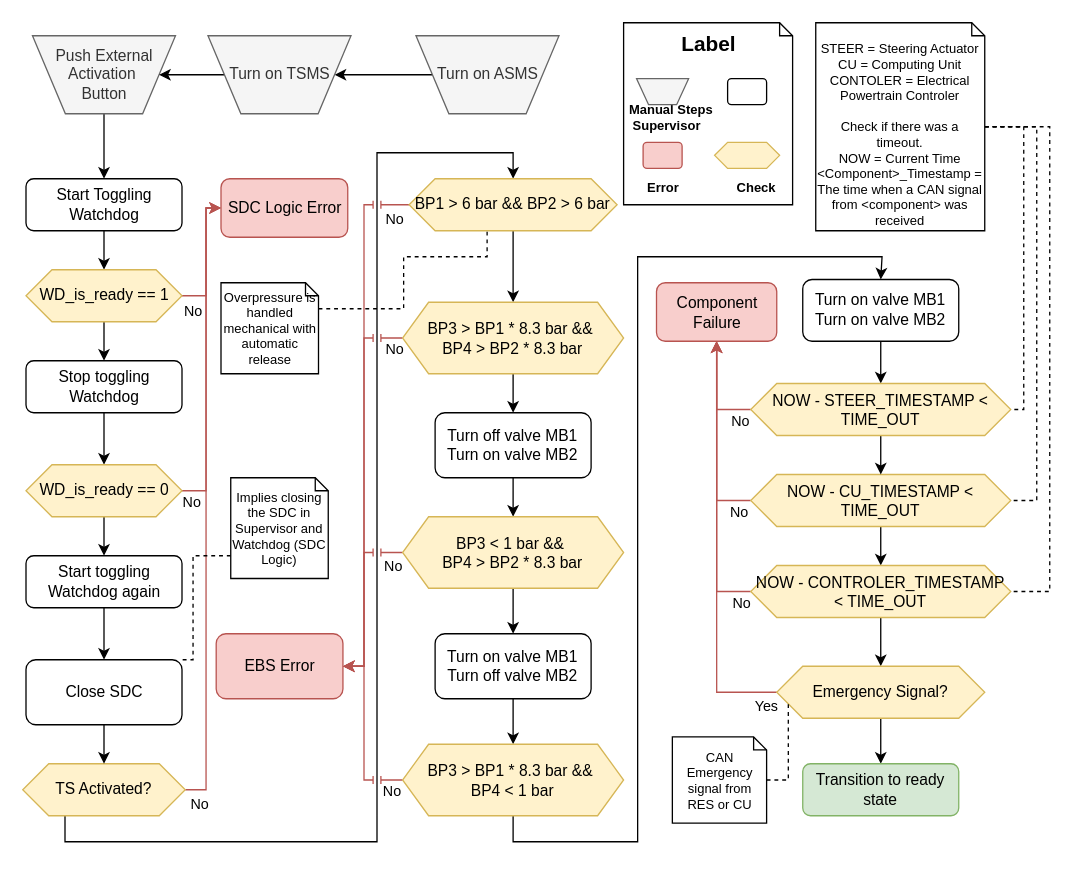
The draw.io diagram docs/diagrams/Master/ASF/Initial Checkup Sequence.drawio in fs-feup/el-sw, before the edit. Source tidied: cells renumbered, new cells numbered last; positions are measured from the earlier drawing's top-left corner, leaving out a move shared by most shapes. Both pictures are drawn from the tidied source at 130%, with x=0, y=0 at pixel (22, -147).
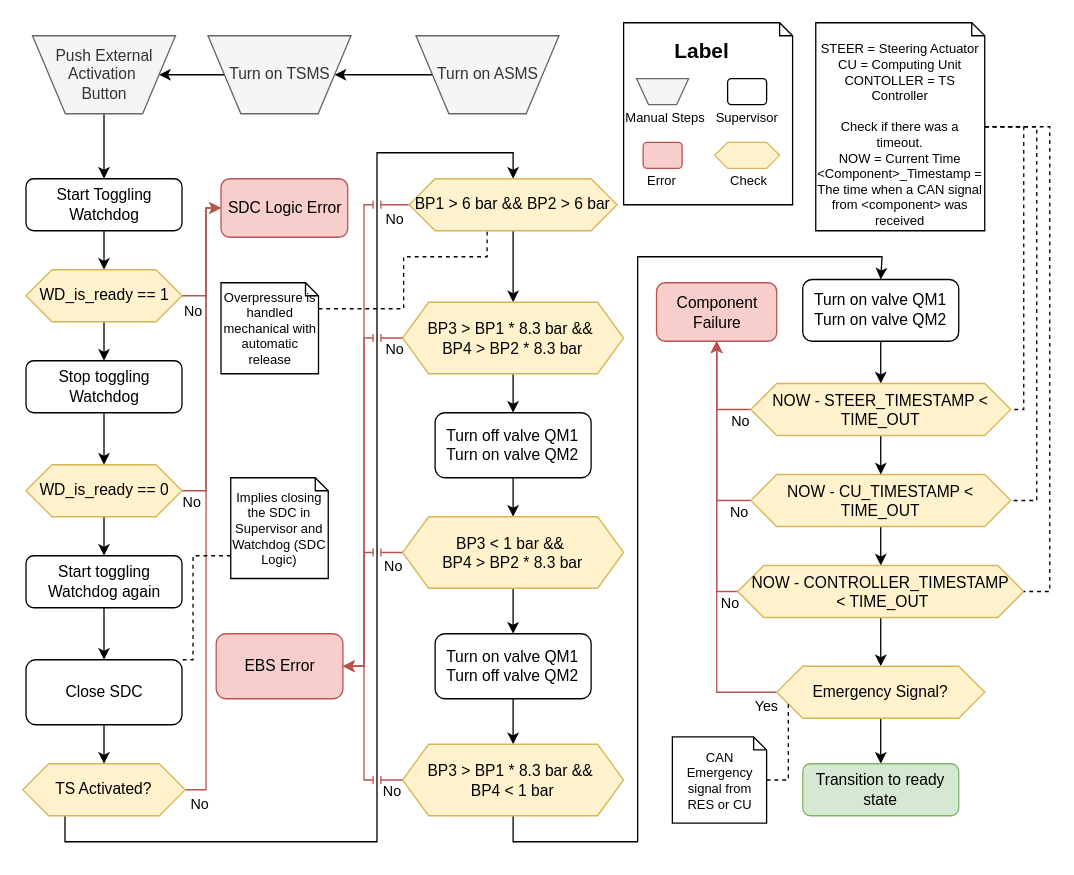
The same diagram, later.

Commit message (it also covers changes not shown here):
fix: applied fixes to diagrams according to notion comments

Diff of the diagram source:
```diff
@@
-    <mxCell id="5" value="&lt;div style=&quot;text-align: center;&quot;&gt;&lt;b&gt;&lt;font style=&quot;font-size: 16px;&quot;&gt;Label&lt;/font&gt;&lt;/b&gt;&lt;/div&gt;&lt;b&gt;&lt;div&gt;&lt;b&gt;&lt;br&gt;&lt;/b&gt;&lt;/div&gt;&lt;div&gt;&lt;b&gt;&lt;br&gt;&lt;/b&gt;&lt;/div&gt;&lt;div&gt;&lt;br&gt;&lt;/div&gt;&amp;nbsp;Manual Steps&lt;/b&gt;&amp;nbsp; &amp;nbsp;&amp;nbsp;&lt;b&gt;Supervisor&lt;/b&gt;&lt;div&gt;&lt;br&gt;&lt;/div&gt;&lt;div&gt;&lt;br&gt;&lt;/div&gt;&lt;div&gt;&lt;br&gt;&lt;/div&gt;&lt;div&gt;&amp;nbsp; &amp;nbsp; &amp;nbsp; &lt;b&gt;Error&lt;/b&gt;&amp;nbsp; &amp;nbsp; &amp;nbsp; &amp;nbsp; &amp;nbsp; &amp;nbsp; &amp;nbsp; &amp;nbsp;&amp;nbsp;&lt;b&gt;Check&lt;/b&gt;&lt;/div&gt;" style="shape=note;size=10;whiteSpace=wrap;html=1;fontSize=10;align=left;" parent="1" vertex="1">
+    <mxCell id="5" value="&lt;div style=&quot;text-align: center;&quot;&gt;&lt;b&gt;&lt;font style=&quot;font-size: 16px;&quot;&gt;Label&lt;/font&gt;&lt;/b&gt;&lt;/div&gt;&lt;b&gt;&lt;div&gt;&lt;b&gt;&lt;br&gt;&lt;/b&gt;&lt;/div&gt;&lt;div&gt;&lt;b&gt;&lt;br&gt;&lt;/b&gt;&lt;/div&gt;&lt;div&gt;&lt;br&gt;&lt;/div&gt;&lt;/b&gt;Manual Steps&amp;nbsp; &amp;nbsp;Supervisor&lt;div&gt;&lt;br&gt;&lt;/div&gt;&lt;div&gt;&lt;br&gt;&lt;/div&gt;&lt;div&gt;&lt;br&gt;&lt;/div&gt;&lt;div&gt;&amp;nbsp; &amp;nbsp; &amp;nbsp; Error&amp;nbsp; &amp;nbsp; &amp;nbsp; &amp;nbsp; &amp;nbsp; &amp;nbsp; &amp;nbsp; &amp;nbsp;Check&lt;/div&gt;" style="shape=note;size=10;whiteSpace=wrap;html=1;fontSize=10;align=left;" parent="1" vertex="1">
       <mxGeometry x="462.2" y="130" width="130" height="140" as="geometry" />
     </mxCell>
@@
-    <mxCell id="45" value="Turn off valve MB1&lt;div&gt;Turn on valve MB2&lt;/div&gt;" style="rounded=1;whiteSpace=wrap;html=1;" parent="1" vertex="1">
+    <mxCell id="45" value="Turn off valve QM1&lt;div&gt;Turn on valve QM2&lt;/div&gt;" style="rounded=1;whiteSpace=wrap;html=1;" parent="1" vertex="1">
       <mxGeometry x="317.2" y="430" width="120" height="50" as="geometry" />
     </mxCell>
@@
-    <mxCell id="47" value="Turn on valve MB1&lt;div&gt;Turn off valve MB2&lt;/div&gt;" style="rounded=1;whiteSpace=wrap;html=1;" parent="1" vertex="1">
+    <mxCell id="47" value="Turn on valve QM1&lt;div&gt;Turn off valve QM2&lt;/div&gt;" style="rounded=1;whiteSpace=wrap;html=1;" parent="1" vertex="1">
       <mxGeometry x="317.2" y="600" width="120" height="50" as="geometry" />
     </mxCell>
@@
-    <mxCell id="49" value="Turn on valve MB1&lt;div&gt;Turn on valve MB2&lt;/div&gt;" style="rounded=1;whiteSpace=wrap;html=1;" parent="1" vertex="1">
+    <mxCell id="49" value="Turn on valve QM1&lt;div&gt;Turn on valve QM2&lt;/div&gt;" style="rounded=1;whiteSpace=wrap;html=1;" parent="1" vertex="1">
       <mxGeometry x="600" y="327.5" width="120" height="47.5" as="geometry" />
     </mxCell>
@@
-    <mxCell id="65" value="NOW - CONTROLER_TIMESTAMP &amp;lt; TIME_OUT" style="shape=hexagon;perimeter=hexagonPerimeter2;whiteSpace=wrap;html=1;fixedSize=1;fillColor=#fff2cc;strokeColor=#d6b656;" parent="1" vertex="1">
-      <mxGeometry x="560" y="547.5" width="200" height="40" as="geometry" />
+    <mxCell id="65" value="NOW - CONTROLLER_TIMESTAMP&lt;div&gt;&amp;nbsp;&amp;lt; TIME_OUT&lt;/div&gt;" style="shape=hexagon;perimeter=hexagonPerimeter2;whiteSpace=wrap;html=1;fixedSize=1;fillColor=#fff2cc;strokeColor=#d6b656;" parent="1" vertex="1">
+      <mxGeometry x="550" y="547.5" width="220" height="40" as="geometry" />
     </mxCell>
@@
-    <mxCell id="81" value="&lt;div&gt;&lt;br&gt;&lt;/div&gt;&lt;div&gt;&lt;div&gt;&lt;div&gt;&lt;span style=&quot;background-color: initial;&quot;&gt;STEER = Steering Actuator&lt;/span&gt;&lt;/div&gt;&lt;div&gt;CU = Computing Unit&lt;/div&gt;&lt;div&gt;CONTOLER = Electrical Powertrain Controler&lt;/div&gt;&lt;div&gt;&lt;br&gt;&lt;/div&gt;&lt;/div&gt;&lt;div&gt;Check if there was a timeout.&lt;br&gt;&lt;/div&gt;&lt;div&gt;NOW = Current Time&lt;/div&gt;&lt;div&gt;&amp;lt;Component&amp;gt;_Timestamp = The time when a CAN signal from &amp;lt;component&amp;gt; was received&lt;/div&gt;&lt;/div&gt;" style="shape=note;size=10;whiteSpace=wrap;html=1;fontSize=10;" parent="1" vertex="1">
+    <mxCell id="81" value="&lt;div&gt;&lt;br&gt;&lt;/div&gt;&lt;div&gt;&lt;div&gt;&lt;div&gt;&lt;span style=&quot;background-color: initial;&quot;&gt;STEER = Steering Actuator&lt;/span&gt;&lt;/div&gt;&lt;div&gt;CU = Computing Unit&lt;/div&gt;&lt;div&gt;CONTOLLER = TS Controller&lt;/div&gt;&lt;div&gt;&lt;br&gt;&lt;/div&gt;&lt;/div&gt;&lt;div&gt;Check if there was a timeout.&lt;br&gt;&lt;/div&gt;&lt;div&gt;NOW = Current Time&lt;/div&gt;&lt;div&gt;&amp;lt;Component&amp;gt;_Timestamp = The time when a CAN signal from &amp;lt;component&amp;gt; was received&lt;/div&gt;&lt;/div&gt;" style="shape=note;size=10;whiteSpace=wrap;html=1;fontSize=10;" parent="1" vertex="1">
       <mxGeometry x="610" y="130" width="130" height="160" as="geometry" />
     </mxCell>
```
